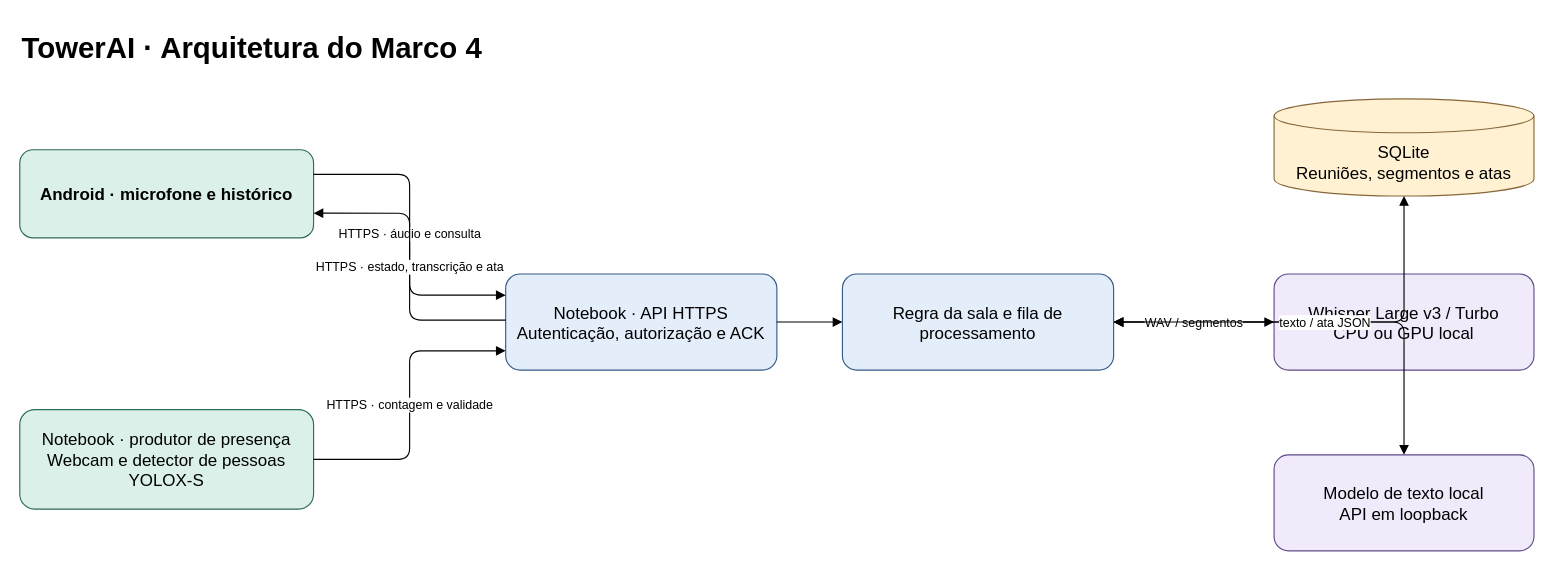
Above: marco-4/docs/arquitetura.drawio in UFG-INF-SSU-2026/pequi-ubiquo (draw.io), before the change. Source tidied: cells renumbered, new cells numbered last; positions are measured from the earlier drawing's top-left corner, leaving out a move shared by most shapes. Both pictures are drawn from the tidied source at 113%, with x=0, y=0 at pixel (19, 19).
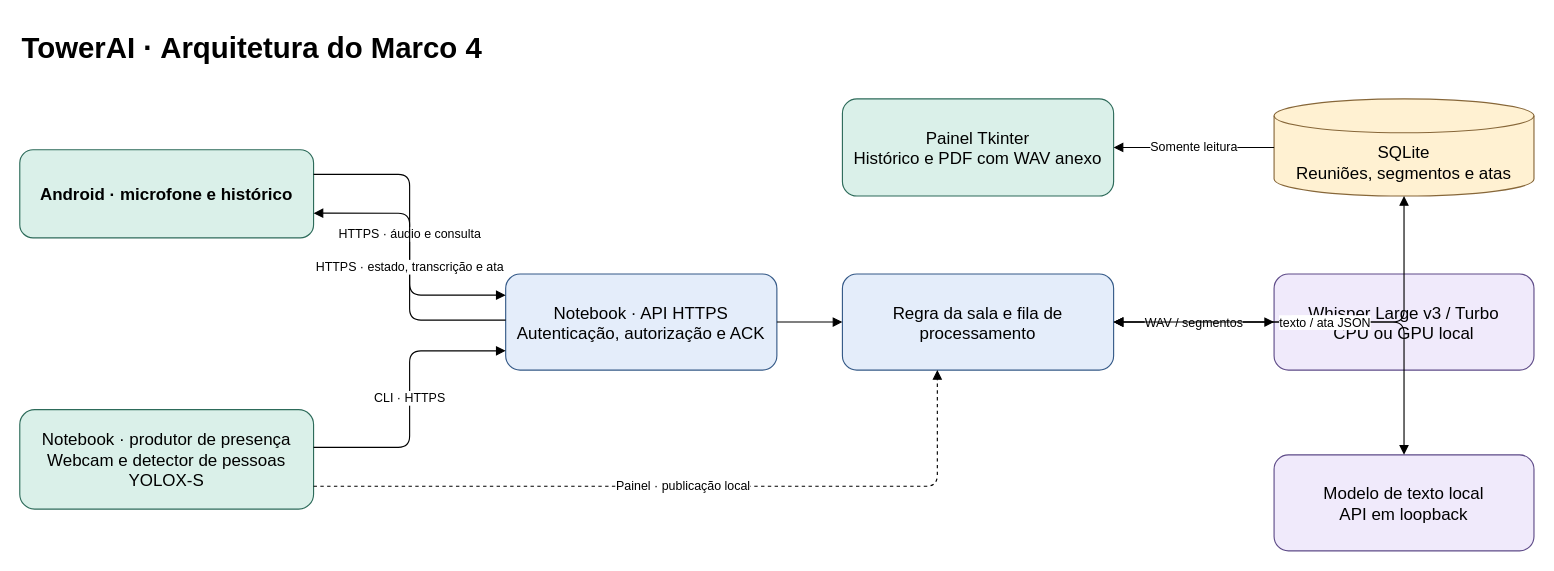
The same diagram, later.

What changed in the source:
```diff
@@
 <mxGraphModel>
   <root>
     <mxCell id="0" />
     <mxCell id="1" parent="0" />
     <mxCell id="2" value="TowerAI · Arquitetura do Marco 4" style="text;html=1;fontSize=26;fontStyle=1;align=left;verticalAlign=middle;" parent="1" vertex="1">
       <mxGeometry width="700" height="50" as="geometry" />
     </mxCell>
     <mxCell id="3" value="Android · microfone e histórico" style="rounded=1;whiteSpace=wrap;html=1;fillColor=#DAF0E9;strokeColor=#2D6B5A;fontSize=15;fontStyle=1;" parent="1" vertex="1">
       <mxGeometry y="115" width="260" height="78" as="geometry" />
     </mxCell>
     <mxCell id="4" value="Notebook · produtor de presença&lt;br&gt;Webcam e detector de pessoas YOLOX-S" style="rounded=1;whiteSpace=wrap;html=1;fillColor=#DAF0E9;strokeColor=#2D6B5A;fontSize=15;" parent="1" vertex="1">
       <mxGeometry y="345" width="260" height="88" as="geometry" />
     </mxCell>
     <mxCell id="5" value="Notebook · API HTTPS&lt;br&gt;Autenticação, autorização e ACK" style="rounded=1;whiteSpace=wrap;html=1;fillColor=#E4EDFA;strokeColor=#345987;fontSize=15;" parent="1" vertex="1">
       <mxGeometry x="430" y="225" width="240" height="85" as="geometry" />
     </mxCell>
     <mxCell id="6" value="Regra da sala e fila de processamento" style="rounded=1;whiteSpace=wrap;html=1;fillColor=#E4EDFA;strokeColor=#345987;fontSize=15;" parent="1" vertex="1">
       <mxGeometry x="728" y="225" width="240" height="85" as="geometry" />
     </mxCell>
     <mxCell id="7" value="SQLite&lt;br&gt;Reuniões, segmentos e atas" style="shape=cylinder3;whiteSpace=wrap;html=1;boundedLbl=1;size=15;fillColor=#FFF1D2;strokeColor=#876739;fontSize=15;" parent="1" vertex="1">
       <mxGeometry x="1110" y="70" width="230" height="86" as="geometry" />
     </mxCell>
     <mxCell id="8" value="Whisper Large v3 / Turbo&lt;br&gt;CPU ou GPU local" style="rounded=1;whiteSpace=wrap;html=1;fillColor=#F0EAFB;strokeColor=#5E4B88;fontSize=15;" parent="1" vertex="1">
       <mxGeometry x="1110" y="225" width="230" height="85" as="geometry" />
     </mxCell>
     <mxCell id="9" value="Modelo de texto local&lt;br&gt;API em loopback" style="rounded=1;whiteSpace=wrap;html=1;fillColor=#F0EAFB;strokeColor=#5E4B88;fontSize=15;" parent="1" vertex="1">
       <mxGeometry x="1110" y="385" width="230" height="85" as="geometry" />
     </mxCell>
+    <mxCell id="17" value="Painel Tkinter&lt;br&gt;Histórico e PDF com WAV anexo" style="rounded=1;whiteSpace=wrap;html=1;fillColor=#DAF0E9;strokeColor=#2D6B5A;fontSize=15;" parent="1" vertex="1">
+      <mxGeometry x="728" y="70" width="240" height="86" as="geometry" />
+    </mxCell>
     <mxCell id="10" value="HTTPS · áudio e consulta" style="edgeStyle=orthogonalEdgeStyle;html=1;exitX=1;exitY=0.28;entryX=0;entryY=0.22;endArrow=block;labelBackgroundColor=#FFFFFF;" parent="1" edge="1" source="3" target="5">
       <mxGeometry relative="1" as="geometry" />
     </mxCell>
     <mxCell id="11" value="HTTPS · estado, transcrição e ata" style="edgeStyle=orthogonalEdgeStyle;html=1;exitX=0;exitY=0.48;entryX=1;entryY=0.72;endArrow=block;labelBackgroundColor=#FFFFFF;" parent="1" edge="1" source="5" target="3">
       <mxGeometry relative="1" as="geometry" />
     </mxCell>
-    <mxCell id="12" value="HTTPS · contagem e validade" style="edgeStyle=orthogonalEdgeStyle;html=1;exitX=1;exitY=0.5;entryX=0;entryY=0.8;endArrow=block;labelBackgroundColor=#FFFFFF;" parent="1" edge="1" source="4" target="5">
+    <mxCell id="12" value="CLI · HTTPS" style="edgeStyle=orthogonalEdgeStyle;html=1;exitX=1;exitY=0.38;entryX=0;entryY=0.8;endArrow=block;labelBackgroundColor=#FFFFFF;" parent="1" edge="1" source="4" target="5">
       <mxGeometry relative="1" as="geometry" />
     </mxCell>
+    <mxCell id="18" value="Painel · publicação local" style="edgeStyle=orthogonalEdgeStyle;html=1;exitX=1;exitY=0.77;entryX=0.35;entryY=1;endArrow=block;dashed=1;labelBackgroundColor=#FFFFFF;" parent="1" edge="1" source="4" target="6">
+      <mxGeometry relative="1" as="geometry" />
+    </mxCell>
     <mxCell id="13" style="endArrow=block;html=1;" parent="1" edge="1" source="5" target="6">
       <mxGeometry relative="1" as="geometry" />
     </mxCell>
     <mxCell id="14" value="transações" style="edgeStyle=orthogonalEdgeStyle;html=1;startArrow=block;endArrow=block;labelBackgroundColor=#FFFFFF;" parent="1" edge="1" source="6" target="7">
       <mxGeometry relative="1" as="geometry" />
     </mxCell>
     <mxCell id="15" value="WAV / segmentos" style="edgeStyle=orthogonalEdgeStyle;html=1;startArrow=block;endArrow=block;labelBackgroundColor=#FFFFFF;" parent="1" edge="1" source="6" target="8">
       <mxGeometry relative="1" as="geometry" />
     </mxCell>
     <mxCell id="16" value="texto / ata JSON" style="edgeStyle=orthogonalEdgeStyle;html=1;startArrow=block;endArrow=block;labelBackgroundColor=#FFFFFF;" parent="1" edge="1" source="6" target="9">
       <mxGeometry relative="1" as="geometry" />
     </mxCell>
+    <mxCell id="19" value="Somente leitura" style="edgeStyle=orthogonalEdgeStyle;html=1;endArrow=block;labelBackgroundColor=#FFFFFF;" parent="1" edge="1" source="7" target="17">
+      <mxGeometry relative="1" as="geometry" />
+    </mxCell>
   </root>
 </mxGraphModel>
```
